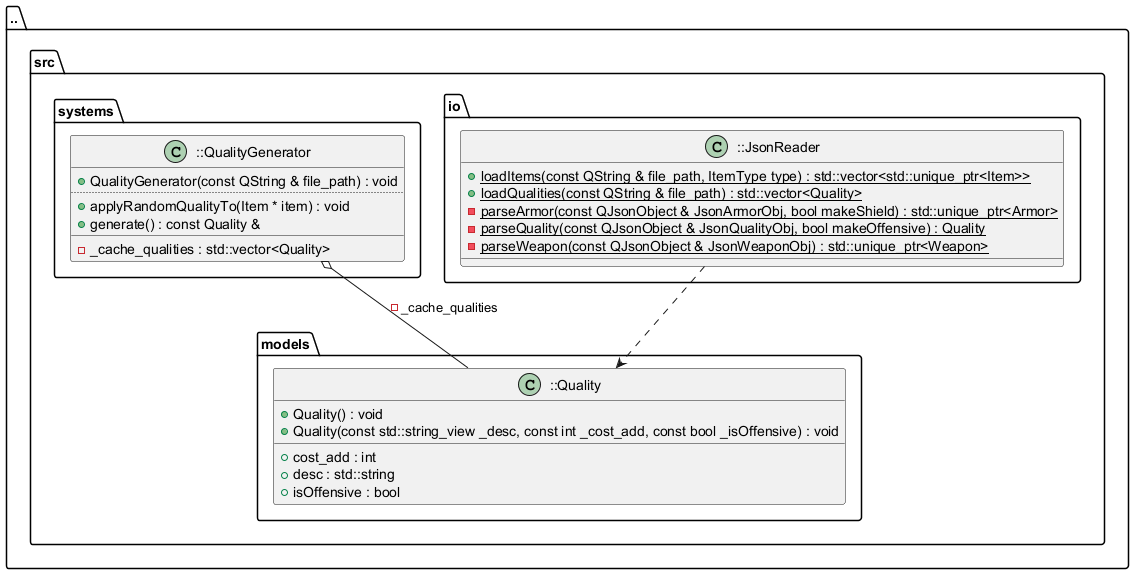
The PlantUML diagram docs/diagrams/Quality_diagram.png in FasolowySpioch/faubla-ultima-item-generator, before a commit. Its diagram source:
```plantuml
@startuml
package [..] as C_0016431317663134048372 {
package [src] as C_0010634688166860467214 {
package [models] as C_0001626712604113445200 {
class "::Quality" as C_0017759373907162862278
class C_0017759373907162862278 {
+Quality() : void
+Quality(const std::string_view _desc, const int _cost_add, const bool _isOffensive) : void
__
+cost_add : int
+desc : std::string
+isOffensive : bool
}
}
package [io] as C_0016395333381226012294 {
class "::JsonReader" as C_0002948440278719519756
class C_0002948440278719519756 {
{static} +loadItems(const QString & file_path, ItemType type) : std::vector<std::unique_ptr<Item>>
{static} +loadQualities(const QString & file_path) : std::vector<Quality>
{static} -parseArmor(const QJsonObject & JsonArmorObj, bool makeShield) : std::unique_ptr<Armor>
{static} -parseQuality(const QJsonObject & JsonQualityObj, bool makeOffensive) : Quality
{static} -parseWeapon(const QJsonObject & JsonWeaponObj) : std::unique_ptr<Weapon>
__
}
}
package [systems] as C_0016692703261607978348 {
class "::QualityGenerator" as C_0017722926631985697211
class C_0017722926631985697211 {
+QualityGenerator(const QString & file_path) : void
..
+applyRandomQualityTo(Item * item) : void
+generate() : const Quality &
__
-_cache_qualities : std::vector<Quality>
}
}
}
}
C_0002948440278719519756 ..> C_0017759373907162862278
C_0017722926631985697211 o-- C_0017759373907162862278 : -_cache_qualities

@enduml
```
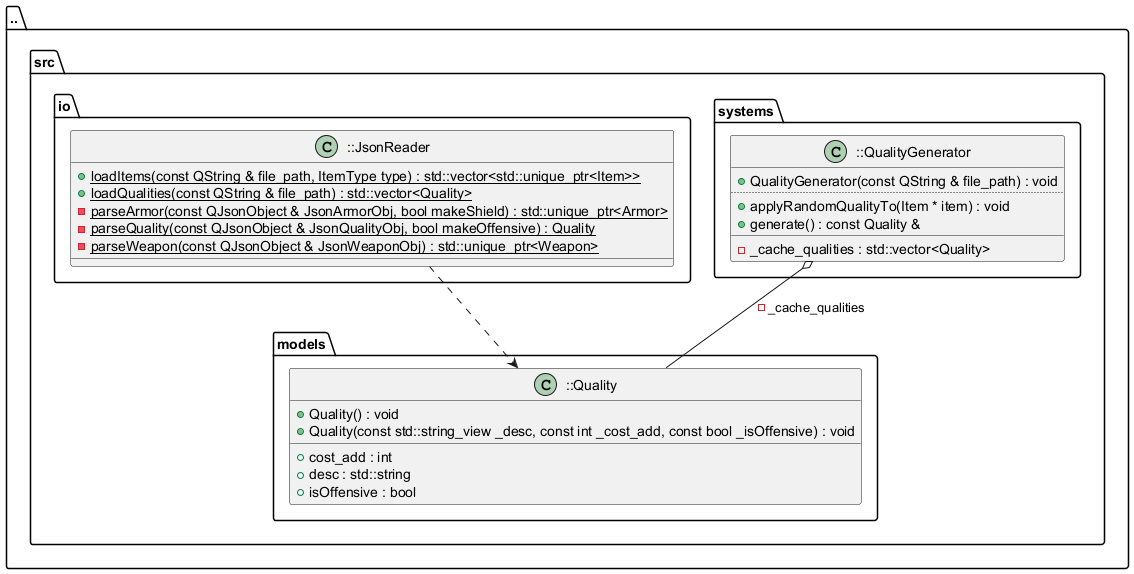
After the commit.

Diff of the diagram source:
```diff
@@ -12,6 +12,17 @@
 +isOffensive : bool
 }
 }
+package [systems] as C_0016692703261607978348 {
+class "::QualityGenerator" as C_0017722926631985697211
+class C_0017722926631985697211 {
++QualityGenerator(const QString & file_path) : void
+..
++applyRandomQualityTo(Item * item) : void
++generate() : const Quality &
+__
+-_cache_qualities : std::vector<Quality>
+}
+}
 package [io] as C_0016395333381226012294 {
 class "::JsonReader" as C_0002948440278719519756
 class C_0002948440278719519756 {
@@ -23,20 +34,9 @@
 __
 }
 }
-package [systems] as C_0016692703261607978348 {
-class "::QualityGenerator" as C_0017722926631985697211
-class C_0017722926631985697211 {
-+QualityGenerator(const QString & file_path) : void
-..
-+applyRandomQualityTo(Item * item) : void
-+generate() : const Quality &
-__
--_cache_qualities : std::vector<Quality>
 }
 }
-}
-}
+C_0017722926631985697211 o-- C_0017759373907162862278 : -_cache_qualities
 C_0002948440278719519756 ..> C_0017759373907162862278
-C_0017722926631985697211 o-- C_0017759373907162862278 : -_cache_qualities
 
 @enduml
```
